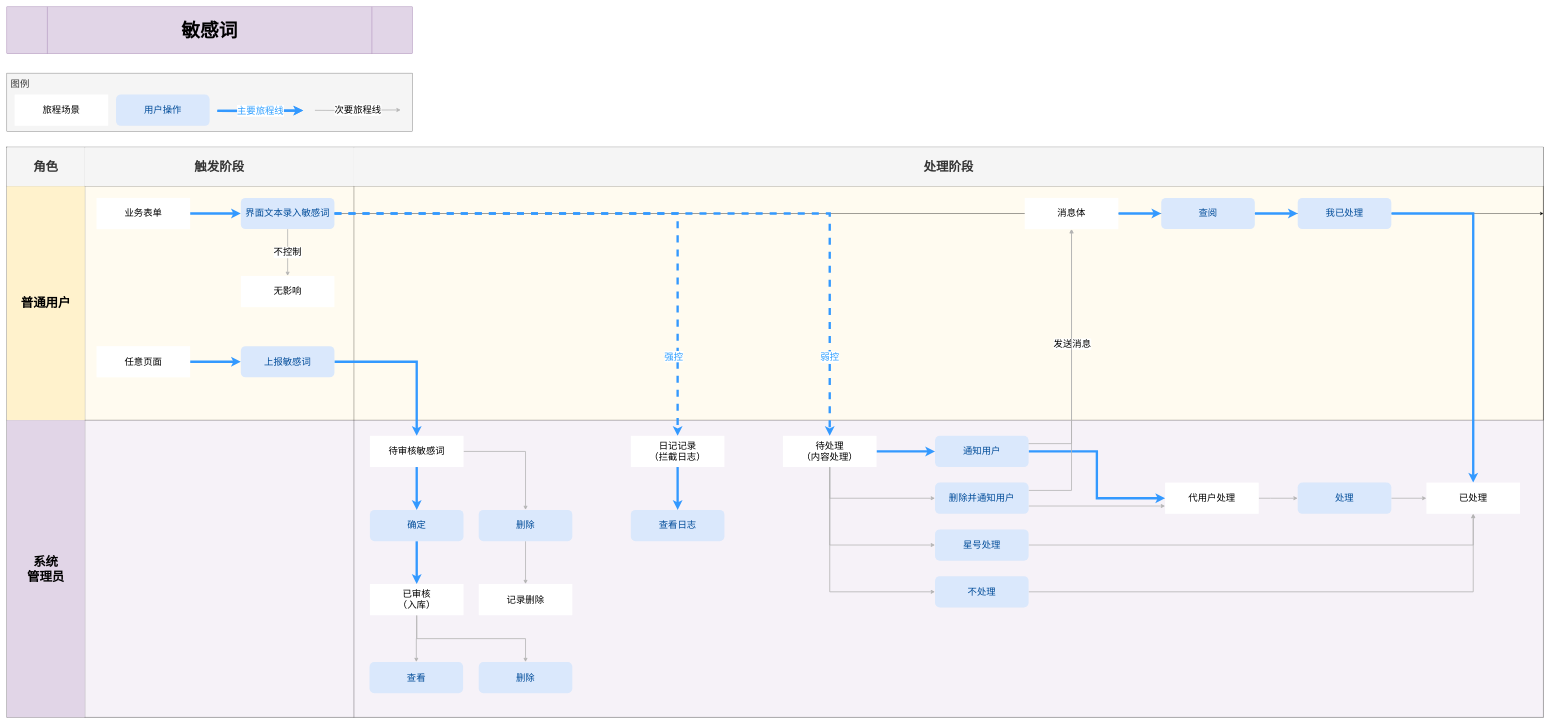
The draw.io diagram 敏感词.drawio in ottopan/drawforme, before the edit. Source tidied: cells renumbered, new cells numbered last; positions are measured from the earlier drawing's top-left corner, leaving out a move shared by most shapes. Both pictures are drawn from the tidied source at 39%, with x=0, y=0 at pixel (7, 7).
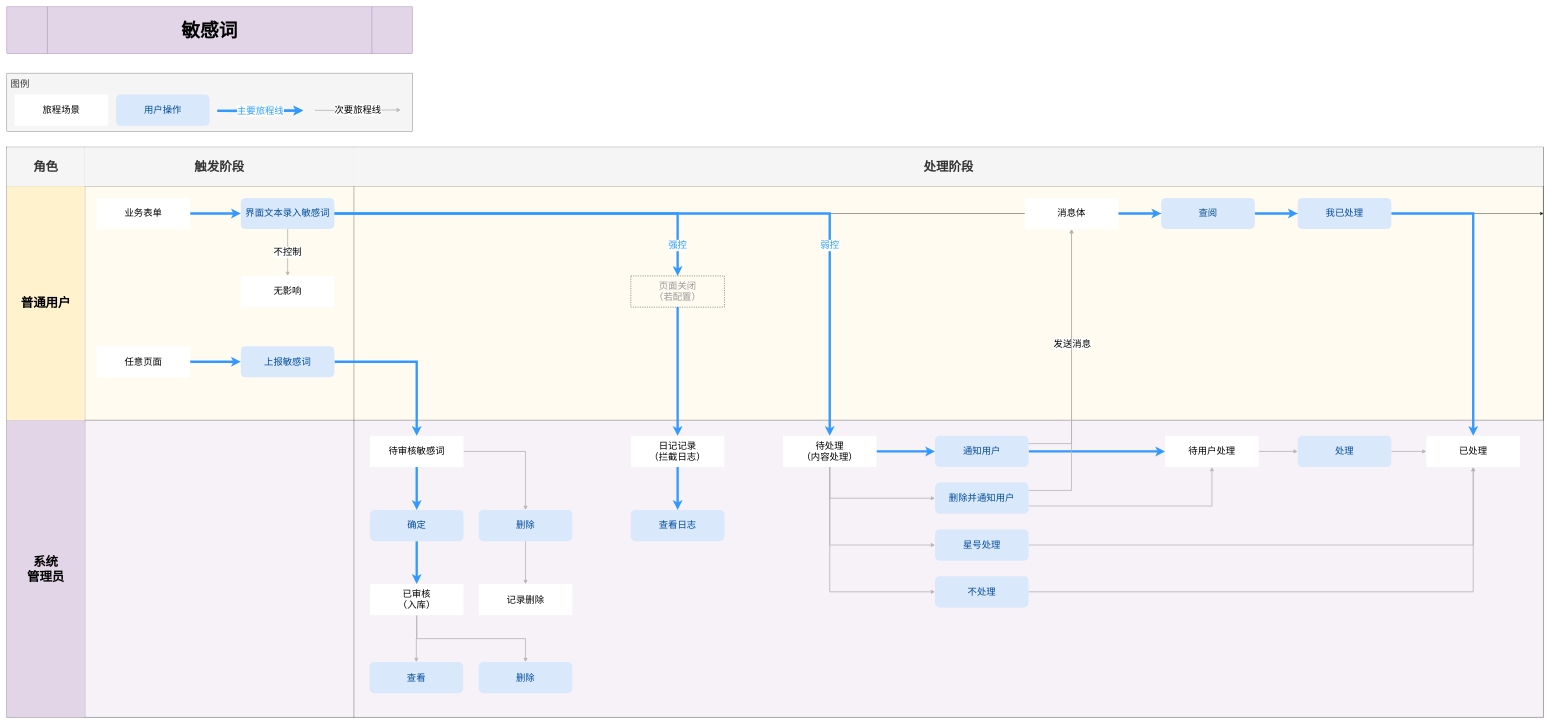
Above is the later version.

Commit message (it also covers changes not shown here):
更新敏感词.drawio

Unchanged cells that the change refers to:
```xml
<mxCell id="27" value="界面文本录入敏感词" style="rounded=1;whiteSpace=wrap;html=1;fontSize=24;strokeColor=none;align=center;verticalAlign=middle;fontFamily=Helvetica;fontColor=#004C99;fillColor=#dae8fc;" parent="1" vertex="1">
  <mxGeometry x="600" y="490" width="240" height="80" as="geometry" />
</mxCell>
<mxCell id="30" value="日记记录&lt;div&gt;（拦截日志）&lt;/div&gt;" style="rounded=0;whiteSpace=wrap;html=1;fontSize=24;strokeColor=none;align=center;verticalAlign=middle;fontFamily=Helvetica;fontColor=default;fillColor=default;" parent="1" vertex="1">
  <mxGeometry x="1600" y="1100" width="240" height="80" as="geometry" />
</mxCell>
<mxCell id="53" value="待处理&lt;div&gt;（内容处理）&lt;/div&gt;" style="rounded=0;whiteSpace=wrap;html=1;fontSize=24;strokeColor=none;align=center;verticalAlign=middle;fontFamily=Helvetica;fontColor=default;fillColor=default;" parent="1" vertex="1">
  <mxGeometry x="1990" y="1100" width="240" height="80" as="geometry" />
</mxCell>
<mxCell id="61" value="删除并通知用户" style="rounded=1;whiteSpace=wrap;html=1;fontSize=24;strokeColor=none;align=center;verticalAlign=middle;fontFamily=Helvetica;fontColor=#004C99;fillColor=#dae8fc;" parent="1" vertex="1">
  <mxGeometry x="2380" y="1220" width="240" height="80" as="geometry" />
</mxCell>
```

The edit, as a diff of the source:
```diff
@@
-    <mxCell id="25" value="强控" style="edgeStyle=orthogonalEdgeStyle;rounded=0;jettySize=auto;html=1;strokeColor=#3399FF;strokeWidth=6;align=center;verticalAlign=middle;fontFamily=Helvetica;fontSize=24;fontColor=#2b9dff;labelBackgroundColor=default;startFill=1;endArrow=classic;endFill=1;entryX=0.5;entryY=0;entryDx=0;entryDy=0;dashed=1;" parent="1" edge="1" source="27" target="30">
-      <mxGeometry x="0.72" y="-10" relative="1" as="geometry" />
+    <mxCell id="25" value="强控" style="edgeStyle=orthogonalEdgeStyle;rounded=0;jettySize=auto;html=1;strokeColor=#3399FF;strokeWidth=6;align=center;verticalAlign=middle;fontFamily=Helvetica;fontSize=24;fontColor=#2b9dff;labelBackgroundColor=default;startFill=1;endArrow=classic;endFill=1;" parent="1" edge="1" source="27" target="79">
+      <mxGeometry x="0.85" relative="1" as="geometry" />
     </mxCell>
@@
-    <mxCell id="54" value="弱控" style="edgeStyle=orthogonalEdgeStyle;rounded=0;jettySize=auto;html=1;strokeColor=#3399FF;strokeWidth=6;align=center;verticalAlign=middle;fontFamily=Helvetica;fontSize=24;fontColor=#2b9dff;labelBackgroundColor=default;startFill=1;endArrow=classic;endFill=1;dashed=1;exitX=1;exitY=0.5;exitDx=0;exitDy=0;" parent="1" edge="1" source="27" target="53">
-      <mxGeometry x="0.78" relative="1" as="geometry" />
+    <mxCell id="54" value="弱控" style="edgeStyle=orthogonalEdgeStyle;rounded=0;jettySize=auto;html=1;strokeColor=#3399FF;strokeWidth=6;align=center;verticalAlign=middle;fontFamily=Helvetica;fontSize=24;fontColor=#2b9dff;labelBackgroundColor=default;startFill=1;endArrow=classic;endFill=1;exitX=1;exitY=0.5;exitDx=0;exitDy=0;" parent="1" edge="1" source="27" target="53">
+      <mxGeometry x="0.47" relative="1" as="geometry" />
     </mxCell>
@@
-    <mxCell id="59" style="edgeStyle=orthogonalEdgeStyle;shape=connector;rounded=0;jettySize=auto;html=1;entryX=0;entryY=0.75;entryDx=0;entryDy=0;strokeColor=#B3B3B3;strokeWidth=2;align=center;verticalAlign=middle;fontFamily=Helvetica;fontSize=24;fontColor=default;labelBackgroundColor=default;startFill=1;endArrow=classic;endFill=1;exitX=1;exitY=0.75;exitDx=0;exitDy=0;" parent="1" edge="1" source="61" target="73">
+    <mxCell id="59" style="edgeStyle=orthogonalEdgeStyle;shape=connector;rounded=0;jettySize=auto;html=1;entryX=0.5;entryY=1;entryDx=0;entryDy=0;strokeColor=#B3B3B3;strokeWidth=2;align=center;verticalAlign=middle;fontFamily=Helvetica;fontSize=24;fontColor=default;labelBackgroundColor=default;startFill=1;endArrow=classic;endFill=1;exitX=1;exitY=0.75;exitDx=0;exitDy=0;" parent="1" edge="1" source="61" target="73">
       <mxGeometry relative="1" as="geometry" />
     </mxCell>
@@
     <mxCell id="72" style="edgeStyle=orthogonalEdgeStyle;shape=connector;rounded=0;jettySize=auto;html=1;strokeColor=#B3B3B3;strokeWidth=2;align=center;verticalAlign=middle;fontFamily=Helvetica;fontSize=24;fontColor=default;labelBackgroundColor=default;startFill=1;endArrow=classic;endFill=1;" parent="1" edge="1" source="73" target="76">
       <mxGeometry relative="1" as="geometry">
         <Array as="points">
-          <mxPoint x="3240" y="1260" />
-          <mxPoint x="3240" y="1260" />
+          <mxPoint x="3240" y="1140" />
+          <mxPoint x="3240" y="1140" />
         </Array>
       </mxGeometry>
     </mxCell>
-    <mxCell id="73" value="代用户处理" style="rounded=0;whiteSpace=wrap;html=1;fontSize=24;strokeColor=none;align=center;verticalAlign=middle;fontFamily=Helvetica;fontColor=default;fillColor=default;" parent="1" vertex="1">
-      <mxGeometry x="2970" y="1220" width="240" height="80" as="geometry" />
+    <mxCell id="73" value="待用户处理" style="rounded=0;whiteSpace=wrap;html=1;fontSize=24;strokeColor=none;align=center;verticalAlign=middle;fontFamily=Helvetica;fontColor=default;fillColor=default;" parent="1" vertex="1">
+      <mxGeometry x="2970" y="1100" width="240" height="80" as="geometry" />
     </mxCell>
     <mxCell id="74" value="已处理" style="rounded=0;whiteSpace=wrap;html=1;fontSize=24;strokeColor=none;align=center;verticalAlign=middle;fontFamily=Helvetica;fontColor=default;fillColor=default;" parent="1" vertex="1">
-      <mxGeometry x="3640" y="1220" width="240" height="80" as="geometry" />
+      <mxGeometry x="3640" y="1100" width="240" height="80" as="geometry" />
     </mxCell>
@@
     <mxCell id="76" value="处理" style="rounded=1;whiteSpace=wrap;html=1;fontSize=24;strokeColor=none;align=center;verticalAlign=middle;fontFamily=Helvetica;fontColor=#004C99;fillColor=#dae8fc;" parent="1" vertex="1">
-      <mxGeometry x="3310" y="1220" width="240" height="80" as="geometry" />
+      <mxGeometry x="3310" y="1100" width="240" height="80" as="geometry" />
     </mxCell>
@@
+    <mxCell id="78" style="edgeStyle=orthogonalEdgeStyle;shape=connector;rounded=0;jettySize=auto;html=1;strokeColor=#3399FF;strokeWidth=6;align=center;verticalAlign=middle;fontFamily=Helvetica;fontSize=24;fontColor=#2b9dff;labelBackgroundColor=default;startFill=1;endArrow=classic;endFill=1;" parent="1" edge="1" source="79" target="30">
+      <mxGeometry relative="1" as="geometry" />
+    </mxCell>
+    <mxCell id="79" value="页面关闭&lt;div&gt;（若配置）&lt;/div&gt;" style="rounded=0;whiteSpace=wrap;html=1;fontSize=24;strokeColor=#000000;align=center;verticalAlign=middle;fontFamily=Helvetica;fontColor=#999999;fillColor=none;dashed=1;" parent="1" vertex="1">
+      <mxGeometry x="1600" y="690" width="240" height="80" as="geometry" />
+    </mxCell>
```
